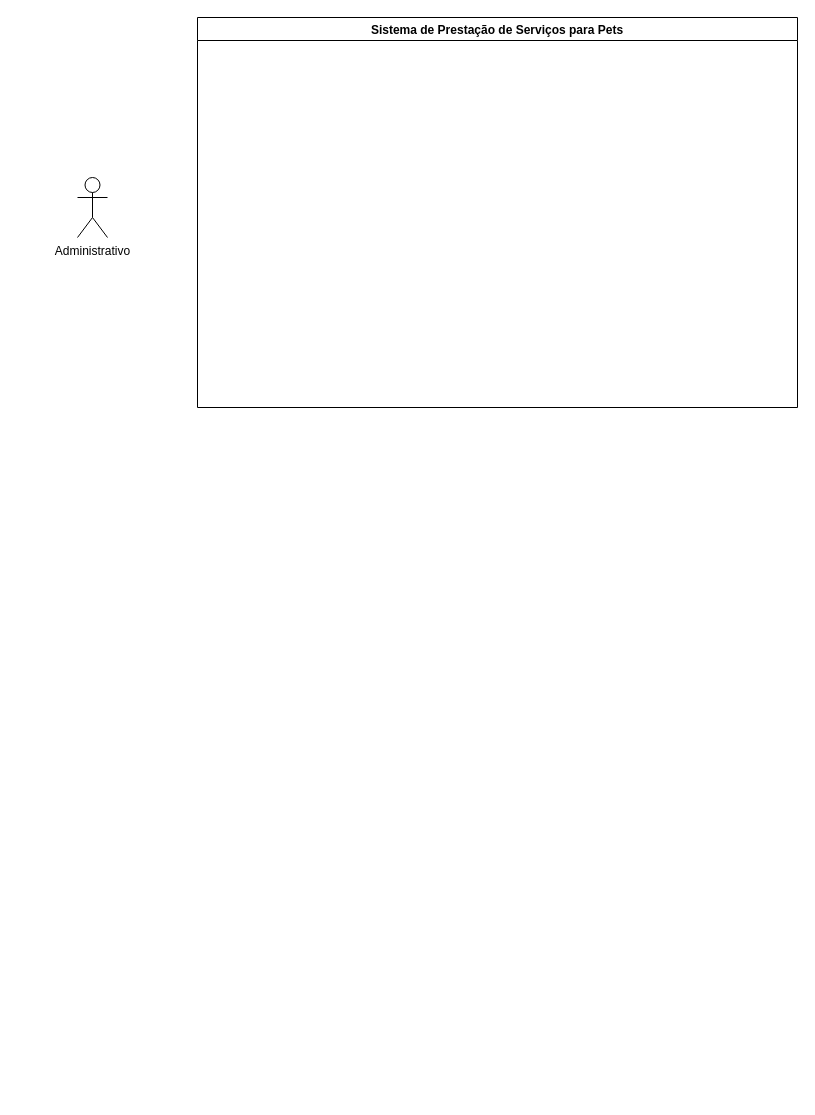
Before: Diagrama sem título.drawio in henrique-souza/uml_exercises, a draw.io diagram. Source tidied: cells renumbered, new cells numbered last; positions are measured from the earlier drawing's top-left corner, leaving out a move shared by most shapes. Both pictures are drawn from the tidied source at 100%, with x=0, y=0 at pixel (77, 17).
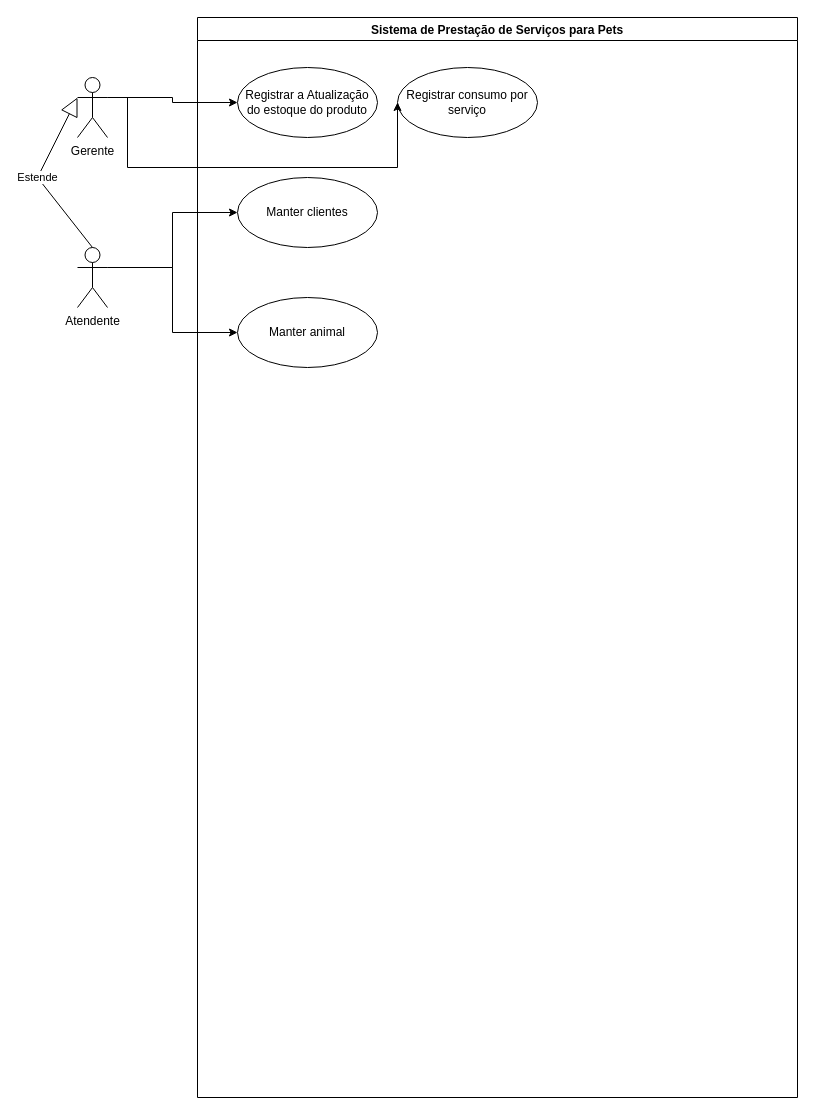
The same page after the edit.

Commit message:
Sistema de Prestação de Serviços para Pets.drawio

Change to the diagram source:
```diff
@@
 <mxGraphModel>
   <root>
     <mxCell id="0" />
     <mxCell id="1" parent="0" />
+    <mxCell id="4" style="edgeStyle=orthogonalEdgeStyle;rounded=0;jettySize=auto;html=1;exitX=1;exitY=0.3333333333333333;exitDx=0;exitDy=0;exitPerimeter=0;entryX=0;entryY=0.5;entryDx=0;entryDy=0;" parent="1" edge="1" source="2" target="7">
+      <mxGeometry relative="1" as="geometry" />
+    </mxCell>
+    <mxCell id="5" style="edgeStyle=orthogonalEdgeStyle;rounded=0;jettySize=auto;html=1;exitX=1;exitY=0.3333333333333333;exitDx=0;exitDy=0;exitPerimeter=0;entryX=0;entryY=0.5;entryDx=0;entryDy=0;" parent="1" edge="1" source="2" target="8">
+      <mxGeometry relative="1" as="geometry" />
+    </mxCell>
-    <mxCell id="2" value="Administrativo" style="shape=umlActor;verticalLabelPosition=bottom;verticalAlign=top;html=1;outlineConnect=0;" parent="1" vertex="1">
-      <mxGeometry y="160" width="30" height="60" as="geometry" />
+    <mxCell id="2" value="Atendente" style="shape=umlActor;verticalLabelPosition=bottom;verticalAlign=top;html=1;outlineConnect=0;" parent="1" vertex="1">
+      <mxGeometry y="230" width="30" height="60" as="geometry" />
     </mxCell>
     <mxCell id="3" value="Sistema de Prestação de Serviços para Pets" style="swimlane;" parent="1" vertex="1">
-      <mxGeometry x="120" width="600" height="390" as="geometry" />
+      <mxGeometry x="120" width="600" height="1080" as="geometry" />
     </mxCell>
+    <mxCell id="6" value="Registrar a Atualização do estoque do produto" style="ellipse;whiteSpace=wrap;html=1;" parent="3" vertex="1">
+      <mxGeometry x="40" y="50" width="140" height="70" as="geometry" />
+    </mxCell>
+    <mxCell id="7" value="Manter clientes" style="ellipse;whiteSpace=wrap;html=1;" parent="3" vertex="1">
+      <mxGeometry x="40" y="160" width="140" height="70" as="geometry" />
+    </mxCell>
+    <mxCell id="8" value="Manter animal" style="ellipse;whiteSpace=wrap;html=1;" parent="3" vertex="1">
+      <mxGeometry x="40" y="280" width="140" height="70" as="geometry" />
+    </mxCell>
+    <mxCell id="9" value="Registrar consumo por serviço" style="ellipse;whiteSpace=wrap;html=1;" parent="3" vertex="1">
+      <mxGeometry x="200" y="50" width="140" height="70" as="geometry" />
+    </mxCell>
+    <mxCell id="10" style="edgeStyle=orthogonalEdgeStyle;rounded=0;jettySize=auto;html=1;exitX=1;exitY=0.3333333333333333;exitDx=0;exitDy=0;exitPerimeter=0;entryX=0;entryY=0.5;entryDx=0;entryDy=0;" parent="1" edge="1" source="12" target="9">
+      <mxGeometry relative="1" as="geometry">
+        <Array as="points">
+          <mxPoint x="50" y="80" />
+          <mxPoint x="50" y="150" />
+          <mxPoint x="320" y="150" />
+        </Array>
+      </mxGeometry>
+    </mxCell>
+    <mxCell id="11" style="edgeStyle=orthogonalEdgeStyle;rounded=0;jettySize=auto;html=1;exitX=1;exitY=0.3333333333333333;exitDx=0;exitDy=0;exitPerimeter=0;entryX=0;entryY=0.5;entryDx=0;entryDy=0;" parent="1" edge="1" source="12" target="6">
+      <mxGeometry relative="1" as="geometry" />
+    </mxCell>
+    <mxCell id="12" value="Gerente" style="shape=umlActor;verticalLabelPosition=bottom;verticalAlign=top;html=1;outlineConnect=0;" parent="1" vertex="1">
+      <mxGeometry y="60" width="30" height="60" as="geometry" />
+    </mxCell>
+    <mxCell id="13" value="Estende" style="endArrow=block;endSize=16;endFill=0;html=1;rounded=0;exitX=0.5;exitY=0;exitDx=0;exitDy=0;exitPerimeter=0;entryX=0;entryY=0.3333333333333333;entryDx=0;entryDy=0;entryPerimeter=0;" parent="1" edge="1" source="2" target="12">
+      <mxGeometry relative="1" as="geometry">
+        <Array as="points">
+          <mxPoint x="-40" y="160" />
+        </Array>
+      </mxGeometry>
+    </mxCell>
   </root>
 </mxGraphModel>
```
